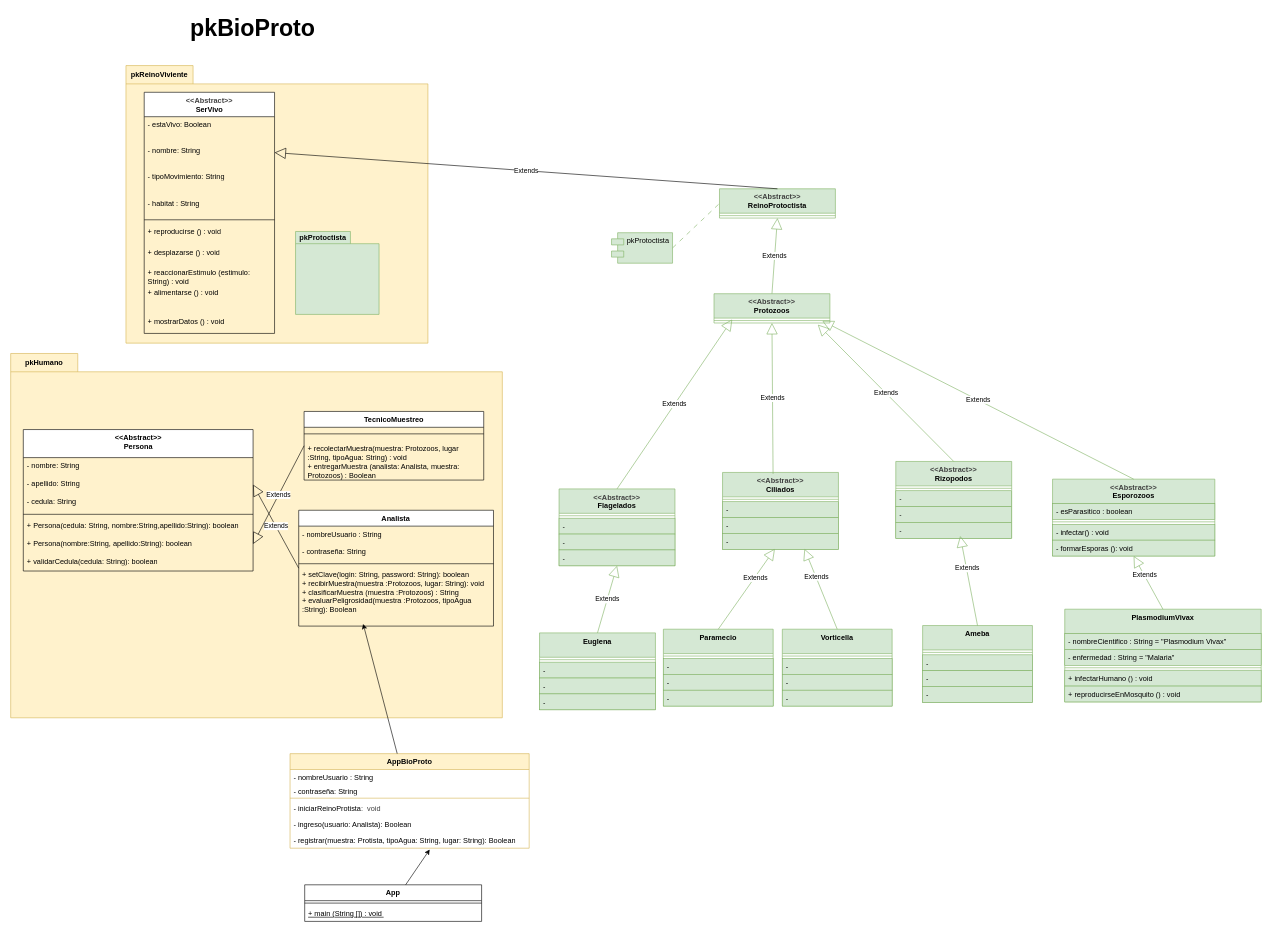
Before: ReinoProtista/design/2ClassDiagrama.drawio in mat264/ReinoProtista_G3, a draw.io diagram. Source tidied: cells renumbered, new cells numbered last; positions are measured from the earlier drawing's top-left corner, leaving out a move shared by most shapes. Both pictures are drawn from the tidied source at 61%, with x=0, y=0 at pixel (10, 10).
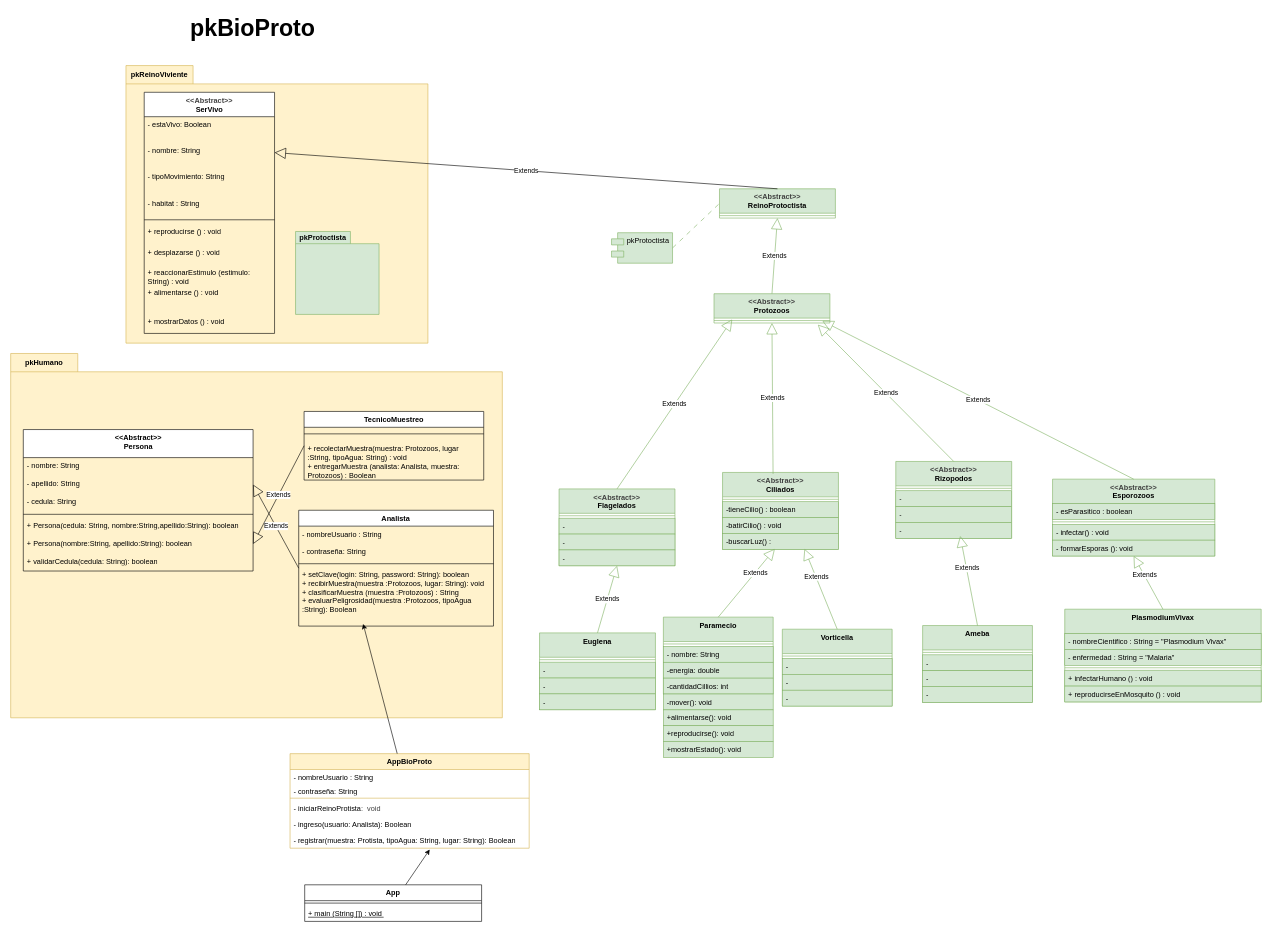
Above is the later version.

Commit message (it also covers changes not shown here):
Cambios en diagrama UML y archivo Paramecio

The change refers to these unchanged cells:
```xml
<mxCell id="51" value="&lt;div style=&quot;color: rgb(63, 63, 63); scrollbar-color: rgb(226, 226, 226) rgb(251, 251, 251);&quot;&gt;&amp;lt;&amp;lt;Abstract&amp;gt;&amp;gt;&lt;/div&gt;Ciliados&lt;br&gt;&lt;div style=&quot;color: rgb(63, 63, 63); scrollbar-color: rgb(226, 226, 226) rgb(251, 251, 251);&quot;&gt;&lt;br style=&quot;color: rgb(63, 63, 63); scrollbar-color: rgb(226, 226, 226) rgb(251, 251, 251);&quot;&gt;&lt;/div&gt;" style="swimlane;fontStyle=1;align=center;verticalAlign=top;horizontal=1;startSize=40;whiteSpace=wrap;html=1;fillColor=#d5e8d4;strokeColor=#82b366;" parent="1" vertex="1">
  <mxGeometry x="1167" y="757" width="190" height="126" as="geometry" />
</mxCell>
```

Diff of the diagram source:
```diff
@@
-    <mxCell id="53" value="-" style="text;strokeColor=#82b366;fillColor=#d5e8d4;align=left;verticalAlign=top;spacingLeft=4;spacingRight=4;overflow=hidden;whiteSpace=wrap;html=1;" parent="51" vertex="1">
+    <mxCell id="53" value="-tieneCilio() : boolean&amp;nbsp;" style="text;strokeColor=#82b366;fillColor=#d5e8d4;align=left;verticalAlign=top;spacingLeft=4;spacingRight=4;overflow=hidden;whiteSpace=wrap;html=1;" parent="51" vertex="1">
       <mxGeometry y="48" width="190" height="26" as="geometry" />
     </mxCell>
-    <mxCell id="54" value="-" style="text;strokeColor=#82b366;fillColor=#d5e8d4;align=left;verticalAlign=top;spacingLeft=4;spacingRight=4;overflow=hidden;whiteSpace=wrap;html=1;" parent="51" vertex="1">
+    <mxCell id="54" value="-batirCilio() : void" style="text;strokeColor=#82b366;fillColor=#d5e8d4;align=left;verticalAlign=top;spacingLeft=4;spacingRight=4;overflow=hidden;whiteSpace=wrap;html=1;" parent="51" vertex="1">
       <mxGeometry y="74" width="190" height="26" as="geometry" />
     </mxCell>
-    <mxCell id="55" value="-" style="text;strokeColor=#82b366;fillColor=#d5e8d4;align=left;verticalAlign=top;spacingLeft=4;spacingRight=4;overflow=hidden;points=[[0,0.5],[1,0.5]];portConstraint=eastwest;whiteSpace=wrap;html=1;" parent="51" vertex="1">
+    <mxCell id="55" value="-buscarLuz() :" style="text;strokeColor=#82b366;fillColor=#d5e8d4;align=left;verticalAlign=top;spacingLeft=4;spacingRight=4;overflow=hidden;points=[[0,0.5],[1,0.5]];portConstraint=eastwest;whiteSpace=wrap;html=1;" parent="51" vertex="1">
       <mxGeometry y="100" width="190" height="26" as="geometry" />
     </mxCell>
@@
     <mxCell id="76" value="Paramecio" style="swimlane;fontStyle=1;align=center;verticalAlign=top;horizontal=1;startSize=40;whiteSpace=wrap;html=1;fillColor=#d5e8d4;strokeColor=#82b366;" parent="1" vertex="1">
-      <mxGeometry x="1070" y="1014" width="180" height="126" as="geometry" />
+      <mxGeometry x="1070" y="994.2" width="180" height="126" as="geometry" />
     </mxCell>
@@
-    <mxCell id="78" value="-" style="text;strokeColor=#82b366;fillColor=#d5e8d4;align=left;verticalAlign=top;spacingLeft=4;spacingRight=4;overflow=hidden;whiteSpace=wrap;html=1;" parent="76" vertex="1">
+    <mxCell id="78" value="- nombre: String" style="text;strokeColor=#82b366;fillColor=#d5e8d4;align=left;verticalAlign=top;spacingLeft=4;spacingRight=4;overflow=hidden;whiteSpace=wrap;html=1;" parent="76" vertex="1">
       <mxGeometry y="48" width="180" height="26" as="geometry" />
     </mxCell>
-    <mxCell id="79" value="-" style="text;strokeColor=#82b366;fillColor=#d5e8d4;align=left;verticalAlign=top;spacingLeft=4;spacingRight=4;overflow=hidden;whiteSpace=wrap;html=1;" parent="76" vertex="1">
+    <mxCell id="79" value="-energia: double" style="text;strokeColor=#82b366;fillColor=#d5e8d4;align=left;verticalAlign=top;spacingLeft=4;spacingRight=4;overflow=hidden;whiteSpace=wrap;html=1;" parent="76" vertex="1">
       <mxGeometry y="74" width="180" height="26" as="geometry" />
     </mxCell>
-    <mxCell id="80" value="-" style="text;strokeColor=#82b366;fillColor=#d5e8d4;align=left;verticalAlign=top;spacingLeft=4;spacingRight=4;overflow=hidden;whiteSpace=wrap;html=1;" parent="76" vertex="1">
+    <mxCell id="80" value="-cantidadCillios: int" style="text;strokeColor=#82b366;fillColor=#d5e8d4;align=left;verticalAlign=top;spacingLeft=4;spacingRight=4;overflow=hidden;whiteSpace=wrap;html=1;" parent="76" vertex="1">
       <mxGeometry y="100" width="180" height="26" as="geometry" />
     </mxCell>
@@
+    <mxCell id="113" value="+mostrarEstado(): void" style="text;strokeColor=#82b366;fillColor=#d5e8d4;align=left;verticalAlign=top;spacingLeft=4;spacingRight=4;overflow=hidden;whiteSpace=wrap;html=1;" parent="1" vertex="1">
+      <mxGeometry x="1070" y="1198.2" width="180" height="26" as="geometry" />
+    </mxCell>
+    <mxCell id="114" value="-mover(): void" style="text;strokeColor=#82b366;fillColor=#d5e8d4;align=left;verticalAlign=top;spacingLeft=4;spacingRight=4;overflow=hidden;whiteSpace=wrap;html=1;" parent="1" vertex="1">
+      <mxGeometry x="1070" y="1120.2" width="180" height="26" as="geometry" />
+    </mxCell>
+    <mxCell id="115" value="+alimentarse(): void&lt;span style=&quot;white-space: pre;&quot;&gt;&#9;&lt;/span&gt;&lt;span style=&quot;white-space: pre;&quot;&gt;&#9;&lt;/span&gt;" style="text;strokeColor=#82b366;fillColor=#d5e8d4;align=left;verticalAlign=top;spacingLeft=4;spacingRight=4;overflow=hidden;whiteSpace=wrap;html=1;" parent="1" vertex="1">
+      <mxGeometry x="1070" y="1146.2" width="180" height="26" as="geometry" />
+    </mxCell>
+    <mxCell id="116" value="+reproducirse(): void" style="text;strokeColor=#82b366;fillColor=#d5e8d4;align=left;verticalAlign=top;spacingLeft=4;spacingRight=4;overflow=hidden;whiteSpace=wrap;html=1;" parent="1" vertex="1">
+      <mxGeometry x="1070" y="1172.2" width="180" height="26" as="geometry" />
+    </mxCell>
```
